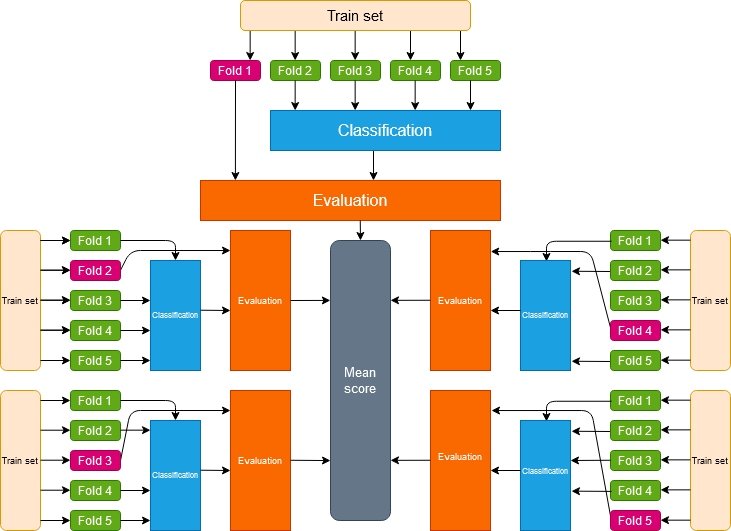
Above: images/5-fold cv ENG.png in maxdergunov/potential-pulsars-classifier (draw.io), before the change. Source tidied: cells renumbered, new cells last; positions are measured from the earlier drawing's top-left corner, leaving out a move shared by most shapes.
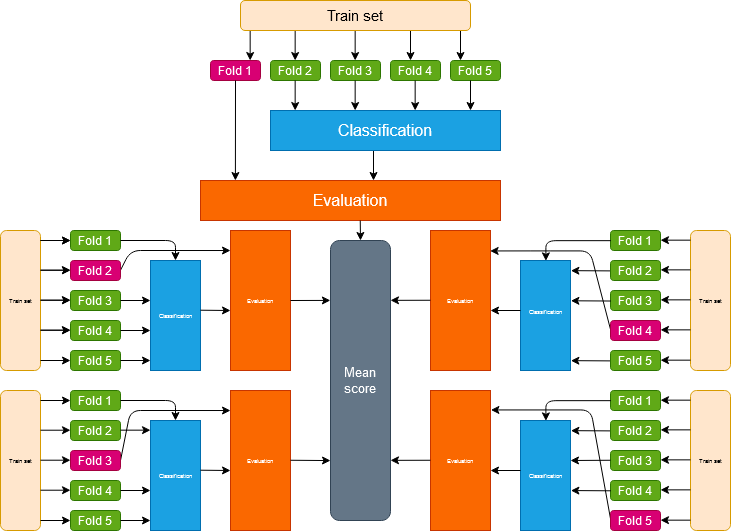
The same file after the commit.

What changed in the source:
```diff
@@ -2,7 +2,7 @@
   <root>
     <mxCell id="0" />
     <mxCell id="1" parent="0" />
-    <mxCell id="2" value="&lt;font style=&quot;font-size: 9px&quot;&gt;Train set&lt;/font&gt;" style="rounded=1;whiteSpace=wrap;html=1;fillColor=#ffe6cc;strokeColor=#d79b00;direction=south;fontSize=6;" parent="1" vertex="1">
+    <mxCell id="2" value="Train set" style="rounded=1;whiteSpace=wrap;html=1;fillColor=#ffe6cc;strokeColor=#d79b00;direction=south;fontSize=6;" parent="1" vertex="1">
       <mxGeometry y="230" width="40" height="140" as="geometry" />
     </mxCell>
     <mxCell id="3" style="endArrow=classic;html=1;" parent="1" edge="1">
@@ -65,7 +65,7 @@
         <mxPoint x="150" y="360" as="targetPoint" />
       </mxGeometry>
     </mxCell>
-    <mxCell id="15" value="&lt;font style=&quot;font-size: 8px&quot;&gt;Classification&lt;/font&gt;" style="rounded=0;whiteSpace=wrap;html=1;fontSize=6;direction=south;fillColor=#1ba1e2;strokeColor=#006EAF;fontColor=#ffffff;" parent="1" vertex="1">
+    <mxCell id="15" value="Classification" style="rounded=0;whiteSpace=wrap;html=1;fontSize=6;direction=south;fillColor=#1ba1e2;strokeColor=#006EAF;fontColor=#ffffff;" parent="1" vertex="1">
       <mxGeometry x="150" y="260" width="50" height="110" as="geometry" />
     </mxCell>
     <mxCell id="16" style="endArrow=classic;html=1;fontSize=6;" parent="1" edge="1">
@@ -74,10 +74,10 @@
         <mxPoint x="230" y="310" as="targetPoint" />
       </mxGeometry>
     </mxCell>
-    <mxCell id="17" value="&lt;font style=&quot;font-size: 9px&quot;&gt;Evaluation&lt;/font&gt;" style="rounded=0;whiteSpace=wrap;html=1;fontSize=6;direction=south;fillColor=#fa6800;strokeColor=#C73500;fontColor=#ffffff;" parent="1" vertex="1">
+    <mxCell id="17" value="Evaluation" style="rounded=0;whiteSpace=wrap;html=1;fontSize=6;direction=south;fillColor=#fa6800;strokeColor=#C73500;fontColor=#ffffff;" parent="1" vertex="1">
       <mxGeometry x="230" y="230" width="60" height="140" as="geometry" />
     </mxCell>
-    <mxCell id="18" value="&lt;font style=&quot;font-size: 9px&quot;&gt;Train set&lt;/font&gt;" style="rounded=1;whiteSpace=wrap;html=1;fillColor=#ffe6cc;strokeColor=#d79b00;direction=south;fontSize=6;" parent="1" vertex="1">
+    <mxCell id="18" value="Train set" style="rounded=1;whiteSpace=wrap;html=1;fillColor=#ffe6cc;strokeColor=#d79b00;direction=south;fontSize=6;" parent="1" vertex="1">
       <mxGeometry y="390" width="40" height="140" as="geometry" />
     </mxCell>
     <mxCell id="19" style="endArrow=classic;html=1;" parent="1" edge="1">
@@ -150,7 +150,7 @@
         </Array>
       </mxGeometry>
     </mxCell>
-    <mxCell id="32" value="&lt;font style=&quot;font-size: 8px&quot;&gt;Classification&lt;/font&gt;" style="rounded=0;whiteSpace=wrap;html=1;fontSize=6;direction=south;fillColor=#1ba1e2;strokeColor=#006EAF;fontColor=#ffffff;" parent="1" vertex="1">
+    <mxCell id="32" value="Classification" style="rounded=0;whiteSpace=wrap;html=1;fontSize=6;direction=south;fillColor=#1ba1e2;strokeColor=#006EAF;fontColor=#ffffff;" parent="1" vertex="1">
       <mxGeometry x="150" y="420" width="50" height="110" as="geometry" />
     </mxCell>
     <mxCell id="33" style="endArrow=classic;html=1;fontSize=6;" parent="1" edge="1">
@@ -159,10 +159,10 @@
         <mxPoint x="230" y="470" as="targetPoint" />
       </mxGeometry>
     </mxCell>
-    <mxCell id="34" value="&lt;font style=&quot;font-size: 9px&quot;&gt;Evaluation&lt;/font&gt;" style="rounded=0;whiteSpace=wrap;html=1;fontSize=6;direction=south;fillColor=#fa6800;strokeColor=#C73500;fontColor=#ffffff;" parent="1" vertex="1">
+    <mxCell id="34" value="Evaluation" style="rounded=0;whiteSpace=wrap;html=1;fontSize=6;direction=south;fillColor=#fa6800;strokeColor=#C73500;fontColor=#ffffff;" parent="1" vertex="1">
       <mxGeometry x="230" y="390" width="60" height="140" as="geometry" />
     </mxCell>
-    <mxCell id="35" value="&lt;font style=&quot;font-size: 9px&quot;&gt;Train set&lt;/font&gt;" style="rounded=1;whiteSpace=wrap;html=1;fillColor=#ffe6cc;strokeColor=#d79b00;direction=south;fontSize=6;flipV=1;flipH=1;" parent="1" vertex="1">
+    <mxCell id="35" value="Train set" style="rounded=1;whiteSpace=wrap;html=1;fillColor=#ffe6cc;strokeColor=#d79b00;direction=south;fontSize=6;flipV=1;flipH=1;" parent="1" vertex="1">
       <mxGeometry x="690" y="230" width="40" height="140" as="geometry" />
     </mxCell>
     <mxCell id="36" style="endArrow=classic;html=1;flipV=1;flipH=1;entryX=0;entryY=0.5;entryDx=0;entryDy=0;" parent="1" edge="1" target="39">
@@ -195,10 +195,10 @@
         </Array>
       </mxGeometry>
     </mxCell>
-    <mxCell id="43" value="&lt;font style=&quot;font-size: 8px&quot;&gt;Classification&lt;/font&gt;" style="rounded=0;whiteSpace=wrap;html=1;fontSize=6;direction=south;flipV=1;flipH=1;fillColor=#1ba1e2;strokeColor=#006EAF;fontColor=#ffffff;" parent="1" vertex="1">
+    <mxCell id="43" value="&#10;Classification&#10;&#10;" style="rounded=0;whiteSpace=wrap;html=1;fontSize=6;direction=south;flipV=1;flipH=1;fillColor=#1ba1e2;strokeColor=#006EAF;fontColor=#ffffff;" parent="1" vertex="1">
       <mxGeometry x="520" y="260" width="50" height="110" as="geometry" />
     </mxCell>
-    <mxCell id="44" value="&lt;font style=&quot;font-size: 9px&quot;&gt;Evaluation&lt;/font&gt;" style="rounded=0;whiteSpace=wrap;html=1;fontSize=6;direction=south;flipV=1;flipH=1;fillColor=#fa6800;strokeColor=#C73500;fontColor=#ffffff;" parent="1" vertex="1">
+    <mxCell id="44" value="Evaluation" style="rounded=0;whiteSpace=wrap;html=1;fontSize=6;direction=south;flipV=1;flipH=1;fillColor=#fa6800;strokeColor=#C73500;fontColor=#ffffff;" parent="1" vertex="1">
       <mxGeometry x="430" y="230" width="60" height="140" as="geometry" />
     </mxCell>
     <mxCell id="45" style="endArrow=classic;html=1;fontSize=6;" parent="1" edge="1">
@@ -242,10 +242,10 @@
         </Array>
       </mxGeometry>
     </mxCell>
-    <mxCell id="54" value="&#10;&lt;font style=&quot;font-size: 8px&quot;&gt;Classification&lt;/font&gt;&#10;&#10;" style="rounded=0;whiteSpace=wrap;html=1;fontSize=6;direction=south;flipV=1;flipH=1;fillColor=#1ba1e2;strokeColor=#006EAF;fontColor=#ffffff;" parent="1" vertex="1">
+    <mxCell id="54" value="Classification" style="rounded=0;whiteSpace=wrap;html=1;fontSize=6;direction=south;flipV=1;flipH=1;fillColor=#1ba1e2;strokeColor=#006EAF;fontColor=#ffffff;" parent="1" vertex="1">
       <mxGeometry x="520" y="420" width="50" height="110" as="geometry" />
     </mxCell>
-    <mxCell id="55" value="&#10;&lt;font style=&quot;font-size: 9px&quot;&gt;Evaluation&lt;/font&gt;&#10;&#10;" style="rounded=0;whiteSpace=wrap;html=1;fontSize=6;direction=south;flipV=1;flipH=1;fillColor=#fa6800;strokeColor=#C73500;fontColor=#ffffff;" parent="1" vertex="1">
+    <mxCell id="55" value="Evaluation" style="rounded=0;whiteSpace=wrap;html=1;fontSize=6;direction=south;flipV=1;flipH=1;fillColor=#fa6800;strokeColor=#C73500;fontColor=#ffffff;" parent="1" vertex="1">
       <mxGeometry x="430" y="390" width="60" height="140" as="geometry" />
     </mxCell>
     <mxCell id="56" style="endArrow=classic;html=1;fontSize=6;" parent="1" edge="1">
@@ -260,7 +260,7 @@
         <mxPoint x="570" y="460" as="targetPoint" />
       </mxGeometry>
     </mxCell>
-    <mxCell id="58" value="&lt;font style=&quot;font-size: 9px&quot;&gt;Train set&lt;/font&gt;" style="rounded=1;whiteSpace=wrap;html=1;fillColor=#ffe6cc;strokeColor=#d79b00;direction=south;fontSize=6;flipV=1;flipH=1;" parent="1" vertex="1">
+    <mxCell id="58" value="Train set" style="rounded=1;whiteSpace=wrap;html=1;fillColor=#ffe6cc;strokeColor=#d79b00;direction=south;fontSize=6;flipV=1;flipH=1;" parent="1" vertex="1">
       <mxGeometry x="690" y="390" width="40" height="140" as="geometry" />
     </mxCell>
     <mxCell id="59" style="endArrow=classic;html=1;" parent="1" edge="1">
@@ -520,5 +520,11 @@
         <mxPoint x="360" y="240" as="targetPoint" />
       </mxGeometry>
     </mxCell>
+    <mxCell id="106" style="endArrow=classic;html=1;flipV=1;flipH=1;entryX=0;entryY=0.5;entryDx=0;entryDy=0;fontFamily=Tahoma;" parent="1" edge="1">
+      <mxGeometry relative="1" as="geometry">
+        <mxPoint x="570" y="299.9" as="sourcePoint" />
+        <mxPoint x="610" y="300.1" as="targetPoint" />
+      </mxGeometry>
+    </mxCell>
   </root>
 </mxGraphModel>
```
